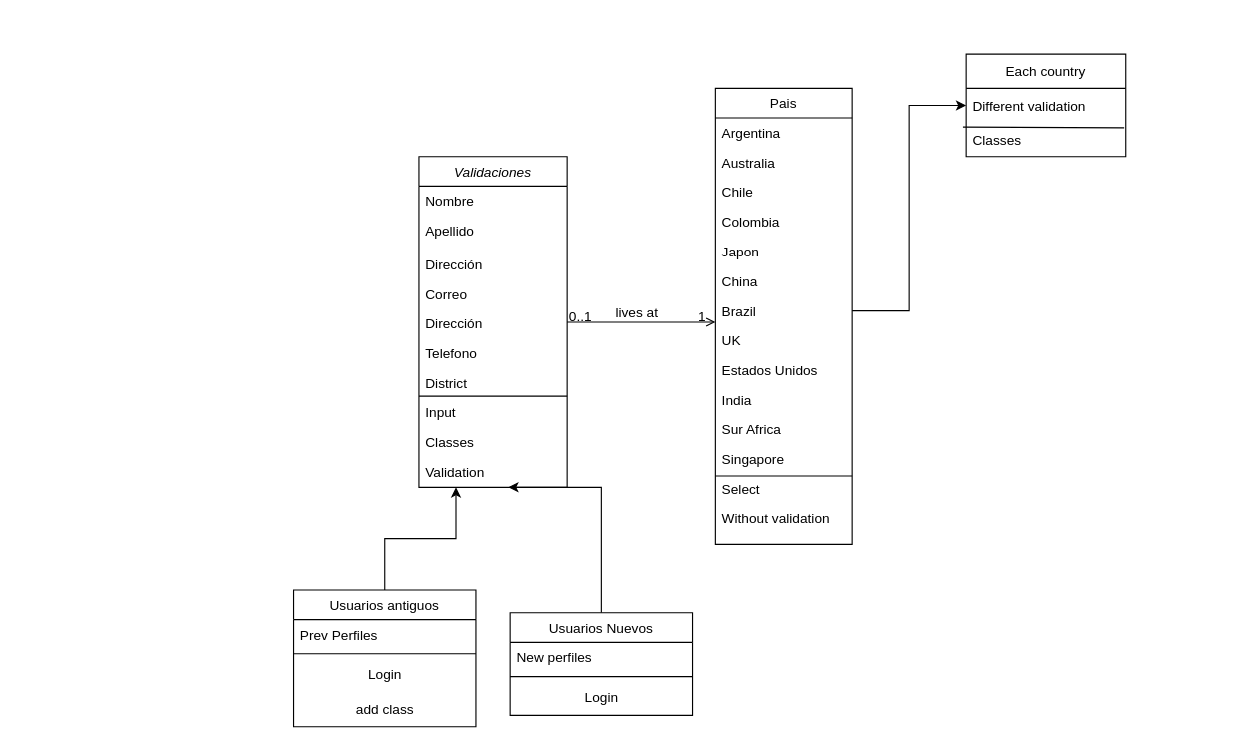
Above: Untitled Diagram.drawio in Milakmila/Animaciones-pr-ctica (draw.io), before the change. Source tidied: cells renumbered, new cells numbered last; positions are measured from the earlier drawing's top-left corner, leaving out a move shared by most shapes. Both pictures are drawn from the tidied source at 114%, with x=0, y=0 at pixel (293, 54).
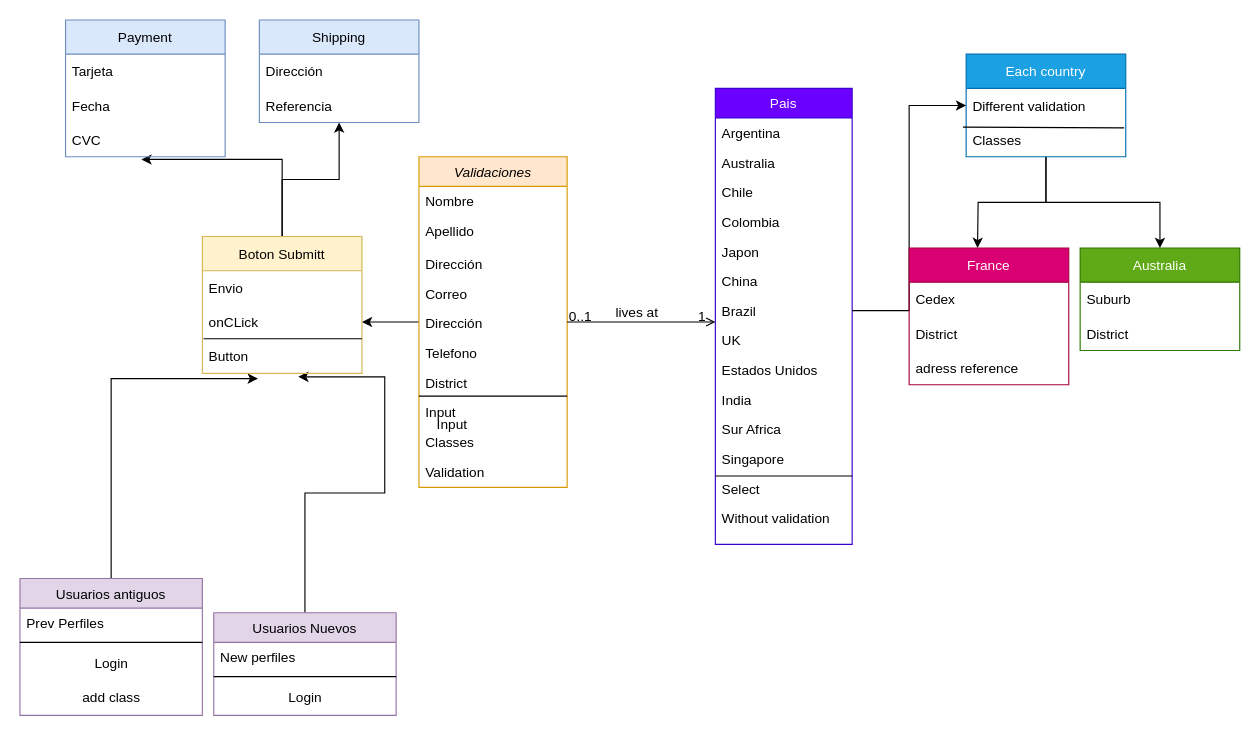
Above is the later version.

The change refers to these unchanged cells:
```xml
<mxCell id="13" value="Validation" style="text;align=left;verticalAlign=bottom;spacingLeft=4;spacingRight=4;overflow=hidden;points=[[0,0.5],[1,0.5]];portConstraint=eastwest;rounded=0;shadow=0;html=0;" parent="2" vertex="1">
  <mxGeometry y="260" width="130" height="26" as="geometry" />
</mxCell>
```

What changed in the source:
```diff
@@
+    <mxCell id="50" style="edgeStyle=orthogonalEdgeStyle;rounded=0;jettySize=auto;html=1;" parent="1" edge="1" source="2" target="57">
+      <mxGeometry relative="1" as="geometry" />
+    </mxCell>
-    <mxCell id="2" value="Validaciones" style="swimlane;fontStyle=2;align=center;verticalAlign=top;horizontal=1;startSize=26;rounded=0;shadow=0;strokeWidth=1;" parent="1" vertex="1">
+    <mxCell id="2" value="Validaciones" style="swimlane;fontStyle=2;align=center;verticalAlign=top;horizontal=1;startSize=26;rounded=0;shadow=0;strokeWidth=1;fillColor=#ffe6cc;strokeColor=#d79b00;" parent="1" vertex="1">
       <mxGeometry x="110" y="90" width="130" height="290" as="geometry" />
     </mxCell>
@@
-    <mxCell id="14" style="edgeStyle=orthogonalEdgeStyle;rounded=0;jettySize=auto;html=1;entryX=0.25;entryY=1;entryDx=0;entryDy=0;" parent="1" edge="1" source="15" target="2">
+    <mxCell id="14" style="edgeStyle=orthogonalEdgeStyle;rounded=0;jettySize=auto;html=1;entryX=0.348;entryY=1.154;entryDx=0;entryDy=0;entryPerimeter=0;" parent="1" edge="1" source="15" target="58">
       <mxGeometry relative="1" as="geometry" />
     </mxCell>
-    <mxCell id="15" value="Usuarios antiguos" style="swimlane;fontStyle=0;align=center;verticalAlign=top;horizontal=1;startSize=26;rounded=0;shadow=0;strokeWidth=1;" parent="1" vertex="1">
-      <mxGeometry y="470" width="160" height="120" as="geometry" />
+    <mxCell id="15" value="Usuarios antiguos" style="swimlane;fontStyle=0;align=center;verticalAlign=top;horizontal=1;startSize=26;rounded=0;shadow=0;strokeWidth=1;fillColor=#e1d5e7;strokeColor=#9673a6;" parent="1" vertex="1">
+      <mxGeometry x="-240" y="460" width="160" height="120" as="geometry" />
     </mxCell>
@@
-    <mxCell id="20" value="Pais" style="swimlane;fontStyle=0;align=center;verticalAlign=top;horizontal=1;startSize=26;rounded=0;shadow=0;strokeWidth=1;" parent="1" vertex="1">
+    <mxCell id="20" value="Pais" style="swimlane;fontStyle=0;align=center;verticalAlign=top;horizontal=1;startSize=26;rounded=0;shadow=0;strokeWidth=1;fillColor=#6a00ff;fontColor=#ffffff;strokeColor=#3700CC;" parent="1" vertex="1">
       <mxGeometry x="370" y="30" width="120" height="400" as="geometry" />
     </mxCell>
@@
-    <mxCell id="40" style="edgeStyle=orthogonalEdgeStyle;rounded=0;jettySize=auto;html=1;entryX=0.603;entryY=1.154;entryDx=0;entryDy=0;entryPerimeter=0;" parent="1" edge="1" source="41" target="13">
+    <mxCell id="40" style="edgeStyle=orthogonalEdgeStyle;rounded=0;jettySize=auto;html=1;entryX=0.601;entryY=1.103;entryDx=0;entryDy=0;entryPerimeter=0;" parent="1" edge="1" source="41" target="58">
       <mxGeometry relative="1" as="geometry" />
     </mxCell>
-    <mxCell id="41" value="Usuarios Nuevos" style="swimlane;fontStyle=0;align=center;verticalAlign=top;horizontal=1;startSize=26;rounded=0;shadow=0;strokeWidth=1;" parent="1" vertex="1">
-      <mxGeometry x="190" y="490" width="160" height="90" as="geometry" />
+    <mxCell id="41" value="Usuarios Nuevos" style="swimlane;fontStyle=0;align=center;verticalAlign=top;horizontal=1;startSize=26;rounded=0;shadow=0;strokeWidth=1;fillColor=#e1d5e7;strokeColor=#9673a6;" parent="1" vertex="1">
+      <mxGeometry x="-70" y="490" width="160" height="90" as="geometry" />
     </mxCell>
@@
+    <mxCell id="51" style="edgeStyle=orthogonalEdgeStyle;rounded=0;jettySize=auto;html=1;" parent="1" edge="1" source="45">
+      <mxGeometry relative="1" as="geometry">
+        <mxPoint x="600" y="170" as="targetPoint" />
+      </mxGeometry>
+    </mxCell>
+    <mxCell id="52" style="edgeStyle=orthogonalEdgeStyle;rounded=0;jettySize=auto;html=1;" parent="1" edge="1" source="45" target="68">
+      <mxGeometry relative="1" as="geometry" />
+    </mxCell>
-    <mxCell id="45" value="Each country" style="swimlane;fontStyle=0;horizontal=1;startSize=30;" parent="1" vertex="1">
+    <mxCell id="45" value="Each country" style="swimlane;fontStyle=0;horizontal=1;startSize=30;fillColor=#1ba1e2;fontColor=#ffffff;strokeColor=#006EAF;" parent="1" vertex="1">
       <mxGeometry x="590" width="140" height="90" as="geometry" />
     </mxCell>
@@
+    <mxCell id="53" style="edgeStyle=orthogonalEdgeStyle;rounded=0;jettySize=auto;html=1;" parent="1" edge="1" source="55" target="60">
+      <mxGeometry relative="1" as="geometry" />
+    </mxCell>
+    <mxCell id="54" style="edgeStyle=orthogonalEdgeStyle;rounded=0;jettySize=auto;html=1;entryX=0.475;entryY=1.078;entryDx=0;entryDy=0;entryPerimeter=0;" parent="1" edge="1" source="55" target="67">
+      <mxGeometry relative="1" as="geometry" />
+    </mxCell>
+    <mxCell id="55" value="Boton Submitt" style="swimlane;fontStyle=0;horizontal=1;startSize=30;fillColor=#fff2cc;strokeColor=#d6b656;" parent="1" vertex="1">
+      <mxGeometry x="-80" y="160" width="140" height="120" as="geometry" />
+    </mxCell>
+    <mxCell id="56" value="Envio" style="text;strokeColor=none;fillColor=none;align=left;verticalAlign=middle;spacingLeft=4;spacingRight=4;overflow=hidden;" parent="55" vertex="1">
+      <mxGeometry y="30" width="140" height="30" as="geometry" />
+    </mxCell>
+    <mxCell id="57" value="onCLick" style="text;strokeColor=none;fillColor=none;align=left;verticalAlign=middle;spacingLeft=4;spacingRight=4;overflow=hidden;points=[[0,0.5],[1,0.5]];portConstraint=eastwest;" parent="55" vertex="1">
+      <mxGeometry y="60" width="140" height="30" as="geometry" />
+    </mxCell>
+    <mxCell id="58" value="Button" style="text;strokeColor=none;fillColor=none;align=left;verticalAlign=middle;spacingLeft=4;spacingRight=4;overflow=hidden;points=[[0,0.5],[1,0.5]];portConstraint=eastwest;" parent="55" vertex="1">
+      <mxGeometry y="90" width="140" height="30" as="geometry" />
+    </mxCell>
+    <mxCell id="59" style="endArrow=none;html=1;rounded=0;exitX=0.007;exitY=-0.013;exitDx=0;exitDy=0;exitPerimeter=0;entryX=1.001;entryY=-0.013;entryDx=0;entryDy=0;entryPerimeter=0;" parent="55" edge="1" source="58" target="58">
+      <mxGeometry relative="1" as="geometry" />
+    </mxCell>
+    <mxCell id="60" value="Shipping" style="swimlane;fontStyle=0;horizontal=1;startSize=30;fillColor=#dae8fc;strokeColor=#6c8ebf;" parent="1" vertex="1">
+      <mxGeometry x="-30" y="-30" width="140" height="90" as="geometry" />
+    </mxCell>
+    <mxCell id="61" value="Dirección" style="text;strokeColor=none;fillColor=none;align=left;verticalAlign=middle;spacingLeft=4;spacingRight=4;overflow=hidden;" parent="60" vertex="1">
+      <mxGeometry y="30" width="140" height="30" as="geometry" />
+    </mxCell>
+    <mxCell id="62" value="Referencia" style="text;strokeColor=none;fillColor=none;align=left;verticalAlign=middle;spacingLeft=4;spacingRight=4;overflow=hidden;" parent="60" vertex="1">
+      <mxGeometry y="60" width="140" height="30" as="geometry" />
+    </mxCell>
+    <mxCell id="63" value="Input" style="text;align=left;verticalAlign=bottom;spacingLeft=4;spacingRight=4;overflow=hidden;rounded=0;shadow=0;html=0;" parent="1" vertex="1">
+      <mxGeometry x="120" y="308" width="130" height="26" as="geometry" />
+    </mxCell>
+    <mxCell id="64" value="Payment" style="swimlane;fontStyle=0;horizontal=1;startSize=30;fillColor=#dae8fc;strokeColor=#6c8ebf;" parent="1" vertex="1">
+      <mxGeometry x="-200" y="-30" width="140" height="120" as="geometry" />
+    </mxCell>
+    <mxCell id="65" value="Tarjeta" style="text;align=left;verticalAlign=middle;spacingLeft=4;spacingRight=4;overflow=hidden;" parent="64" vertex="1">
+      <mxGeometry y="30" width="140" height="30" as="geometry" />
+    </mxCell>
+    <mxCell id="66" value="Fecha" style="text;strokeColor=none;fillColor=none;align=left;verticalAlign=middle;spacingLeft=4;spacingRight=4;overflow=hidden;" parent="64" vertex="1">
+      <mxGeometry y="60" width="140" height="30" as="geometry" />
+    </mxCell>
+    <mxCell id="67" value="CVC" style="text;strokeColor=none;fillColor=none;align=left;verticalAlign=middle;spacingLeft=4;spacingRight=4;overflow=hidden;points=[[0,0.5],[1,0.5]];portConstraint=eastwest;" parent="64" vertex="1">
+      <mxGeometry y="90" width="140" height="30" as="geometry" />
+    </mxCell>
+    <mxCell id="68" value="Australia" style="swimlane;fontStyle=0;horizontal=1;startSize=30;fillColor=#60a917;fontColor=#ffffff;strokeColor=#2D7600;" parent="1" vertex="1">
+      <mxGeometry x="690" y="170" width="140" height="90" as="geometry" />
+    </mxCell>
+    <mxCell id="69" value="Suburb" style="text;strokeColor=none;fillColor=none;align=left;verticalAlign=middle;spacingLeft=4;spacingRight=4;overflow=hidden;" parent="68" vertex="1">
+      <mxGeometry y="30" width="140" height="30" as="geometry" />
+    </mxCell>
+    <mxCell id="70" value="District" style="text;strokeColor=none;fillColor=none;align=left;verticalAlign=middle;spacingLeft=4;spacingRight=4;overflow=hidden;" parent="68" vertex="1">
+      <mxGeometry y="60" width="140" height="30" as="geometry" />
+    </mxCell>
+    <mxCell id="71" value="France" style="swimlane;fontStyle=0;horizontal=1;startSize=30;fillColor=#d80073;fontColor=#ffffff;strokeColor=#A50040;" parent="1" vertex="1">
+      <mxGeometry x="540" y="170" width="140" height="120" as="geometry" />
+    </mxCell>
+    <mxCell id="72" value="Cedex" style="text;strokeColor=none;fillColor=none;align=left;verticalAlign=middle;spacingLeft=4;spacingRight=4;overflow=hidden;" parent="71" vertex="1">
+      <mxGeometry y="30" width="140" height="30" as="geometry" />
+    </mxCell>
+    <mxCell id="73" value="District" style="text;strokeColor=none;fillColor=none;align=left;verticalAlign=middle;spacingLeft=4;spacingRight=4;overflow=hidden;" parent="71" vertex="1">
+      <mxGeometry y="60" width="140" height="30" as="geometry" />
+    </mxCell>
+    <mxCell id="74" value="adress reference" style="text;strokeColor=none;fillColor=none;align=left;verticalAlign=middle;spacingLeft=4;spacingRight=4;overflow=hidden;" parent="71" vertex="1">
+      <mxGeometry y="90" width="140" height="30" as="geometry" />
+    </mxCell>
```
